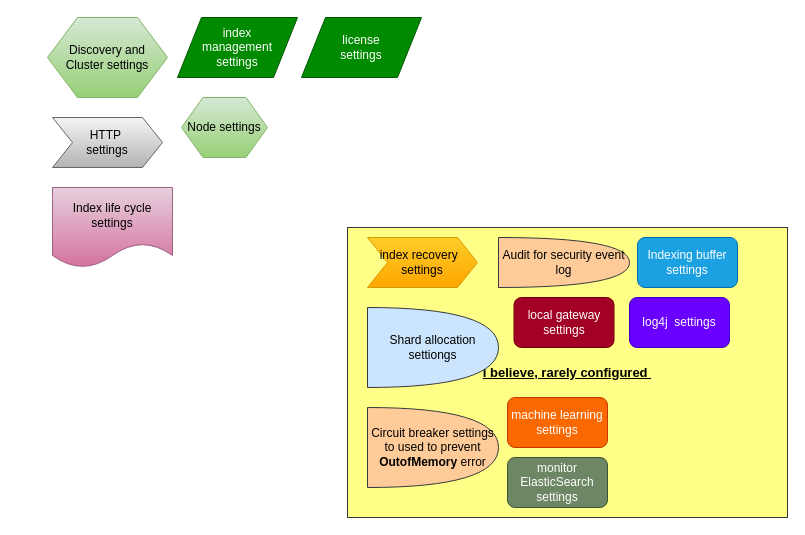
Earlier version of the draw.io diagram page "Category of settings" (4 of 5) of My Articles/elastic stack/ElasticSearch setup and configuration.drawio (paramothers/books). Source tidied: cells renumbered, new cells numbered last; positions are measured from the earlier drawing's top-left corner, leaving out a move shared by most shapes. Both pictures are drawn from the tidied source at 100%, with x=0, y=0 at pixel (47, 17).
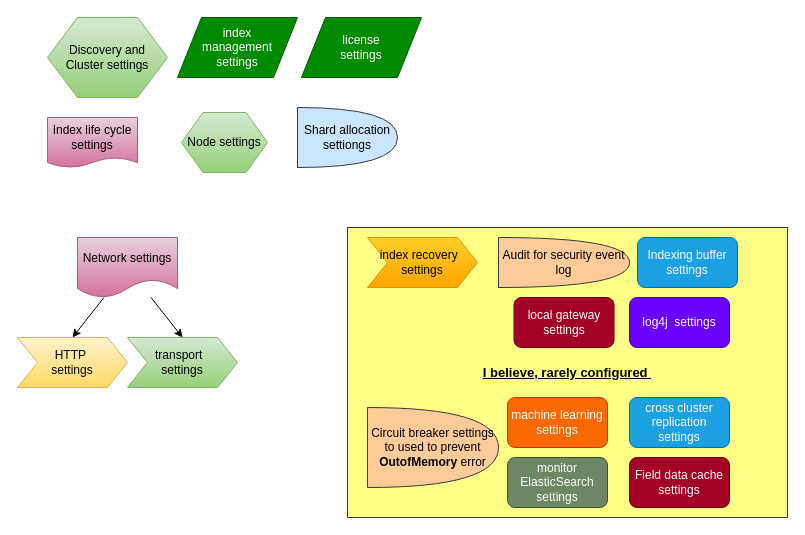
After the change.

Diff of the diagram source:
```diff
@@
     <mxCell id="5" value="Shard allocation settiongs" style="shape=or;whiteSpace=wrap;html=1;fillColor=#cce5ff;strokeColor=#36393d;" parent="1" vertex="1">
-      <mxGeometry x="320" y="290" width="131" height="80" as="geometry" />
+      <mxGeometry x="250" y="90" width="100" height="60" as="geometry" />
     </mxCell>
@@
-    <mxCell id="7" value="HTTP&amp;nbsp; &lt;br&gt;settings" style="shape=step;perimeter=stepPerimeter;whiteSpace=wrap;html=1;fixedSize=1;gradientColor=#b3b3b3;fillColor=#f5f5f5;strokeColor=#666666;" parent="1" vertex="1">
-      <mxGeometry x="5" y="100" width="110" height="50" as="geometry" />
+    <mxCell id="7" value="HTTP&amp;nbsp; &lt;br&gt;settings" style="shape=step;perimeter=stepPerimeter;whiteSpace=wrap;html=1;fixedSize=1;gradientColor=#ffd966;fillColor=#fff2cc;strokeColor=#d6b656;" parent="1" vertex="1">
+      <mxGeometry x="-30" y="320" width="110" height="50" as="geometry" />
     </mxCell>
-    <mxCell id="8" value="Index life cycle settings" style="shape=document;whiteSpace=wrap;html=1;boundedLbl=1;gradientColor=#d5739d;fillColor=#e6d0de;strokeColor=#996185;" parent="1" vertex="1">
-      <mxGeometry x="5" y="170" width="120" height="80" as="geometry" />
+    <mxCell id="8" value="Index life cycle settings" style="shape=document;whiteSpace=wrap;html=1;boundedLbl=1;gradientColor=#d5739d;fillColor=#e6d0de;strokeColor=#996185;size=0.2;" parent="1" vertex="1">
+      <mxGeometry y="100" width="90" height="50" as="geometry" />
     </mxCell>
@@
     <mxCell id="17" value="Node settings" style="shape=hexagon;perimeter=hexagonPerimeter2;whiteSpace=wrap;html=1;gradientColor=#97d077;fillColor=#d5e8d4;strokeColor=#82b366;" parent="1" vertex="1">
-      <mxGeometry x="134" y="80" width="86" height="60" as="geometry" />
+      <mxGeometry x="134" y="95" width="86" height="60" as="geometry" />
     </mxCell>
+    <mxCell id="18" style="edgeStyle=none;rounded=0;jettySize=auto;html=1;entryX=0.5;entryY=0;entryDx=0;entryDy=0;startArrow=none;startFill=0;strokeColor=#000000;strokeWidth=1;fontSize=8;" parent="1" edge="1" source="20" target="7">
+      <mxGeometry relative="1" as="geometry" />
+    </mxCell>
+    <mxCell id="19" style="edgeStyle=none;rounded=0;jettySize=auto;html=1;entryX=0.5;entryY=0;entryDx=0;entryDy=0;startArrow=none;startFill=0;strokeColor=#000000;strokeWidth=1;fontSize=8;" parent="1" edge="1" source="20" target="21">
+      <mxGeometry relative="1" as="geometry" />
+    </mxCell>
+    <mxCell id="20" value="Network settings" style="shape=document;whiteSpace=wrap;html=1;boundedLbl=1;gradientColor=#d5739d;fillColor=#e6d0de;strokeColor=#996185;" parent="1" vertex="1">
+      <mxGeometry x="30" y="220" width="100" height="60" as="geometry" />
+    </mxCell>
+    <mxCell id="21" value="transport&amp;nbsp;&amp;nbsp;&lt;br&gt;settings" style="shape=step;perimeter=stepPerimeter;whiteSpace=wrap;html=1;fixedSize=1;gradientColor=#97d077;fillColor=#d5e8d4;strokeColor=#82b366;" parent="1" vertex="1">
+      <mxGeometry x="80" y="320" width="110" height="50" as="geometry" />
+    </mxCell>
+    <mxCell id="22" value="cross cluster replication settings" style="rounded=1;whiteSpace=wrap;html=1;fillColor=#1ba1e2;strokeColor=#006EAF;fontColor=#ffffff;" parent="1" vertex="1">
+      <mxGeometry x="582" y="380" width="100" height="50" as="geometry" />
+    </mxCell>
+    <mxCell id="23" value="Field data cache settings" style="rounded=1;whiteSpace=wrap;html=1;fillColor=#a20025;strokeColor=#6F0000;fontColor=#ffffff;" parent="1" vertex="1">
+      <mxGeometry x="582" y="440" width="100" height="50" as="geometry" />
+    </mxCell>
```
